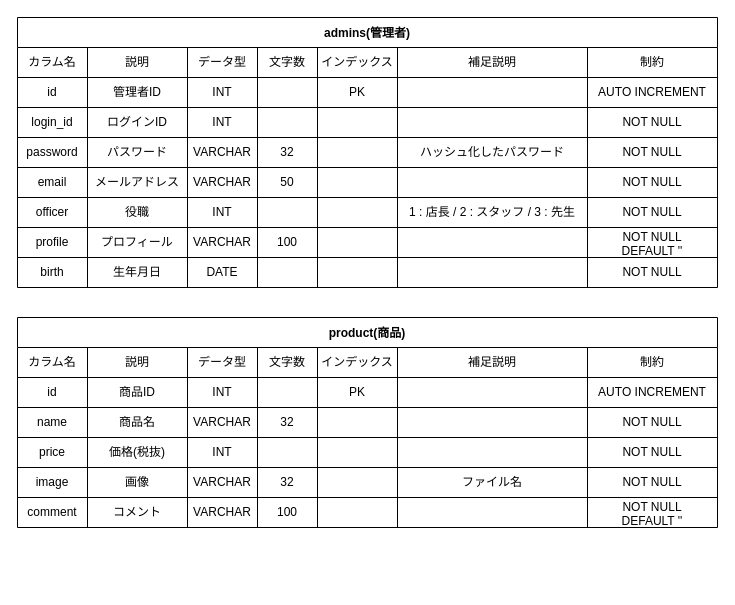
YasukoPooh/DogService keeps this draw.io diagram as page "管理" (1 of 2) of docs/tables.drawio. Above is the earlier version. Source tidied: cells renumbered, new cells numbered last; positions are measured from the earlier drawing's top-left corner, leaving out a move shared by most shapes. Both pictures are drawn from the tidied source at 100%, with x=0, y=0 at pixel (17, 17).
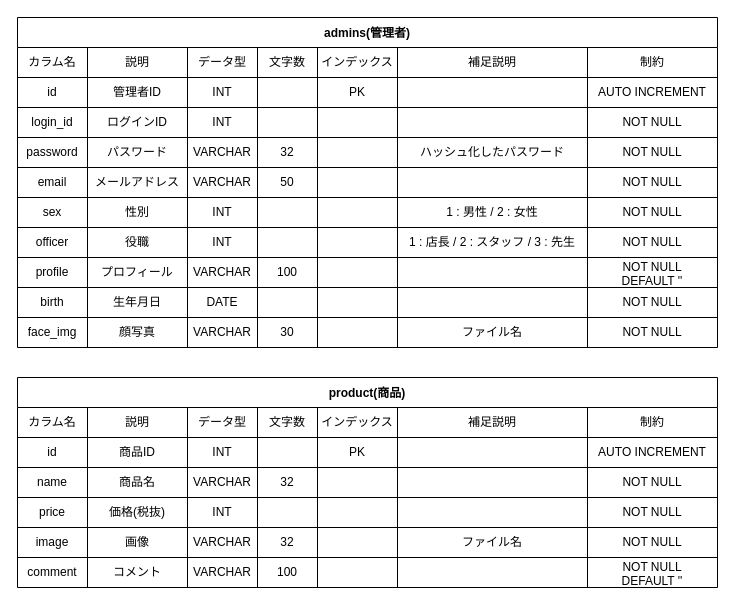
The same page after the edit.

What changed in the source:
```diff
@@
     <mxCell id="2" value="admins(管理者)" style="shape=table;startSize=30;childLayout=tableLayout;fontStyle=1;align=center;" parent="1" vertex="1">
-      <mxGeometry width="700" height="270" as="geometry" />
+      <mxGeometry width="700" height="330" as="geometry" />
     </mxCell>
@@
+    <mxCell id="116" style="shape=partialRectangle;html=1;whiteSpace=wrap;fillColor=none;top=0;left=0;bottom=0;right=0;" parent="2" vertex="1">
+      <mxGeometry y="180" width="700" height="30" as="geometry" />
+    </mxCell>
+    <mxCell id="117" value="sex" style="shape=partialRectangle;html=1;whiteSpace=wrap;fillColor=none;top=0;left=0;bottom=0;right=0;overflow=hidden;" parent="116" vertex="1">
+      <mxGeometry width="70" height="30" as="geometry" />
+    </mxCell>
+    <mxCell id="118" value="性別" style="shape=partialRectangle;html=1;whiteSpace=wrap;fillColor=none;top=0;left=0;bottom=0;right=0;overflow=hidden;" parent="116" vertex="1">
+      <mxGeometry x="70" width="100" height="30" as="geometry" />
+    </mxCell>
+    <mxCell id="119" value="INT" style="shape=partialRectangle;html=1;whiteSpace=wrap;fillColor=none;top=0;left=0;bottom=0;right=0;overflow=hidden;" parent="116" vertex="1">
+      <mxGeometry x="170" width="70" height="30" as="geometry" />
+    </mxCell>
+    <mxCell id="120" style="shape=partialRectangle;html=1;whiteSpace=wrap;fillColor=none;top=0;left=0;bottom=0;right=0;overflow=hidden;" parent="116" vertex="1">
+      <mxGeometry x="240" width="60" height="30" as="geometry" />
+    </mxCell>
+    <mxCell id="121" style="shape=partialRectangle;html=1;whiteSpace=wrap;fillColor=none;top=0;left=0;bottom=0;right=0;overflow=hidden;" parent="116" vertex="1">
+      <mxGeometry x="300" width="80" height="30" as="geometry" />
+    </mxCell>
+    <mxCell id="122" value="1 : 男性 / 2 : 女性" style="shape=partialRectangle;html=1;whiteSpace=wrap;fillColor=none;top=0;left=0;bottom=0;right=0;overflow=hidden;" parent="116" vertex="1">
+      <mxGeometry x="380" width="190" height="30" as="geometry" />
+    </mxCell>
+    <mxCell id="123" value="NOT NULL" style="shape=partialRectangle;html=1;whiteSpace=wrap;fillColor=none;top=0;left=0;bottom=0;right=0;overflow=hidden;" parent="116" vertex="1">
+      <mxGeometry x="570" width="130" height="30" as="geometry" />
+    </mxCell>
     <mxCell id="43" style="shape=partialRectangle;html=1;whiteSpace=wrap;fillColor=none;top=0;left=0;bottom=0;right=0;" parent="2" vertex="1">
-      <mxGeometry y="180" width="700" height="30" as="geometry" />
+      <mxGeometry y="210" width="700" height="30" as="geometry" />
     </mxCell>
@@
     <mxCell id="51" style="shape=partialRectangle;html=1;whiteSpace=wrap;fillColor=none;top=0;left=0;bottom=0;right=0;" parent="2" vertex="1">
-      <mxGeometry y="210" width="700" height="30" as="geometry" />
+      <mxGeometry y="240" width="700" height="30" as="geometry" />
     </mxCell>
@@
+    <mxCell id="124" style="shape=partialRectangle;html=1;whiteSpace=wrap;fillColor=none;top=0;left=0;bottom=0;right=0;" parent="2" vertex="1">
+      <mxGeometry y="270" width="700" height="30" as="geometry" />
+    </mxCell>
+    <mxCell id="125" value="birth" style="shape=partialRectangle;html=1;whiteSpace=wrap;fillColor=none;top=0;left=0;bottom=0;right=0;overflow=hidden;" parent="124" vertex="1">
+      <mxGeometry width="70" height="30" as="geometry" />
+    </mxCell>
+    <mxCell id="126" value="生年月日" style="shape=partialRectangle;html=1;whiteSpace=wrap;fillColor=none;top=0;left=0;bottom=0;right=0;overflow=hidden;" parent="124" vertex="1">
+      <mxGeometry x="70" width="100" height="30" as="geometry" />
+    </mxCell>
+    <mxCell id="127" value="DATE" style="shape=partialRectangle;html=1;whiteSpace=wrap;fillColor=none;top=0;left=0;bottom=0;right=0;overflow=hidden;" parent="124" vertex="1">
+      <mxGeometry x="170" width="70" height="30" as="geometry" />
+    </mxCell>
+    <mxCell id="128" style="shape=partialRectangle;html=1;whiteSpace=wrap;fillColor=none;top=0;left=0;bottom=0;right=0;overflow=hidden;" parent="124" vertex="1">
+      <mxGeometry x="240" width="60" height="30" as="geometry" />
+    </mxCell>
+    <mxCell id="129" style="shape=partialRectangle;html=1;whiteSpace=wrap;fillColor=none;top=0;left=0;bottom=0;right=0;overflow=hidden;" parent="124" vertex="1">
+      <mxGeometry x="300" width="80" height="30" as="geometry" />
+    </mxCell>
+    <mxCell id="130" style="shape=partialRectangle;html=1;whiteSpace=wrap;fillColor=none;top=0;left=0;bottom=0;right=0;overflow=hidden;" parent="124" vertex="1">
+      <mxGeometry x="380" width="190" height="30" as="geometry" />
+    </mxCell>
+    <mxCell id="131" value="NOT NULL" style="shape=partialRectangle;html=1;whiteSpace=wrap;fillColor=none;top=0;left=0;bottom=0;right=0;overflow=hidden;" parent="124" vertex="1">
+      <mxGeometry x="570" width="130" height="30" as="geometry" />
+    </mxCell>
     <mxCell id="59" style="shape=partialRectangle;html=1;whiteSpace=wrap;fillColor=none;top=0;left=0;bottom=0;right=0;" parent="2" vertex="1">
-      <mxGeometry y="240" width="700" height="30" as="geometry" />
+      <mxGeometry y="300" width="700" height="30" as="geometry" />
     </mxCell>
-    <mxCell id="60" value="birth" style="shape=partialRectangle;html=1;whiteSpace=wrap;fillColor=none;top=0;left=0;bottom=0;right=0;overflow=hidden;" parent="59" vertex="1">
+    <mxCell id="60" value="face_img" style="shape=partialRectangle;html=1;whiteSpace=wrap;fillColor=none;top=0;left=0;bottom=0;right=0;overflow=hidden;" parent="59" vertex="1">
       <mxGeometry width="70" height="30" as="geometry" />
     </mxCell>
-    <mxCell id="61" value="生年月日" style="shape=partialRectangle;html=1;whiteSpace=wrap;fillColor=none;top=0;left=0;bottom=0;right=0;overflow=hidden;" parent="59" vertex="1">
+    <mxCell id="61" value="顔写真" style="shape=partialRectangle;html=1;whiteSpace=wrap;fillColor=none;top=0;left=0;bottom=0;right=0;overflow=hidden;" parent="59" vertex="1">
       <mxGeometry x="70" width="100" height="30" as="geometry" />
     </mxCell>
-    <mxCell id="62" value="DATE" style="shape=partialRectangle;html=1;whiteSpace=wrap;fillColor=none;top=0;left=0;bottom=0;right=0;overflow=hidden;" parent="59" vertex="1">
+    <mxCell id="62" value="VARCHAR" style="shape=partialRectangle;html=1;whiteSpace=wrap;fillColor=none;top=0;left=0;bottom=0;right=0;overflow=hidden;" parent="59" vertex="1">
       <mxGeometry x="170" width="70" height="30" as="geometry" />
     </mxCell>
-    <mxCell id="63" style="shape=partialRectangle;html=1;whiteSpace=wrap;fillColor=none;top=0;left=0;bottom=0;right=0;overflow=hidden;" parent="59" vertex="1">
+    <mxCell id="63" value="30" style="shape=partialRectangle;html=1;whiteSpace=wrap;fillColor=none;top=0;left=0;bottom=0;right=0;overflow=hidden;" parent="59" vertex="1">
       <mxGeometry x="240" width="60" height="30" as="geometry" />
     </mxCell>
@@
-    <mxCell id="65" style="shape=partialRectangle;html=1;whiteSpace=wrap;fillColor=none;top=0;left=0;bottom=0;right=0;overflow=hidden;" parent="59" vertex="1">
+    <mxCell id="65" value="ファイル名" style="shape=partialRectangle;html=1;whiteSpace=wrap;fillColor=none;top=0;left=0;bottom=0;right=0;overflow=hidden;" parent="59" vertex="1">
       <mxGeometry x="380" width="190" height="30" as="geometry" />
     </mxCell>
@@
     <mxCell id="67" value="product(商品)" style="shape=table;startSize=30;childLayout=tableLayout;fontStyle=1;align=center;" parent="1" vertex="1">
-      <mxGeometry y="300" width="700" height="210" as="geometry" />
+      <mxGeometry y="360" width="700" height="210" as="geometry" />
     </mxCell>
```
